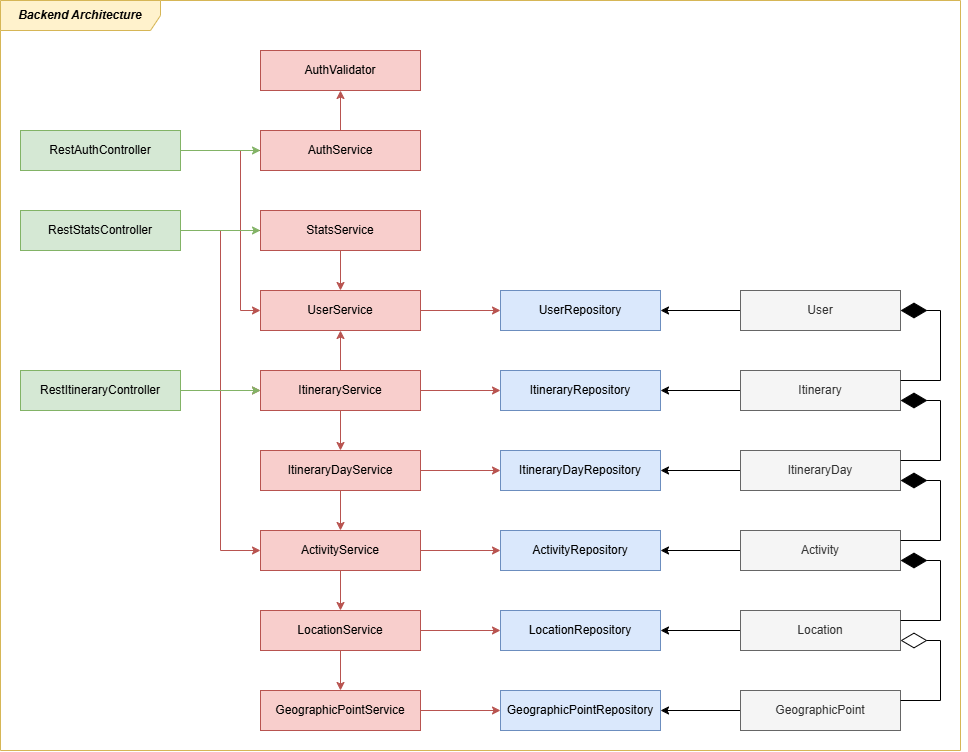
akhil32983/TRIP-FLOW keeps this draw.io diagram as docs/diagrams/png/architecture-backend.png. Above is the earlier version. Source tidied: cells renumbered, new cells last; positions are measured from the earlier drawing's top-left corner, leaving out a move shared by most shapes.
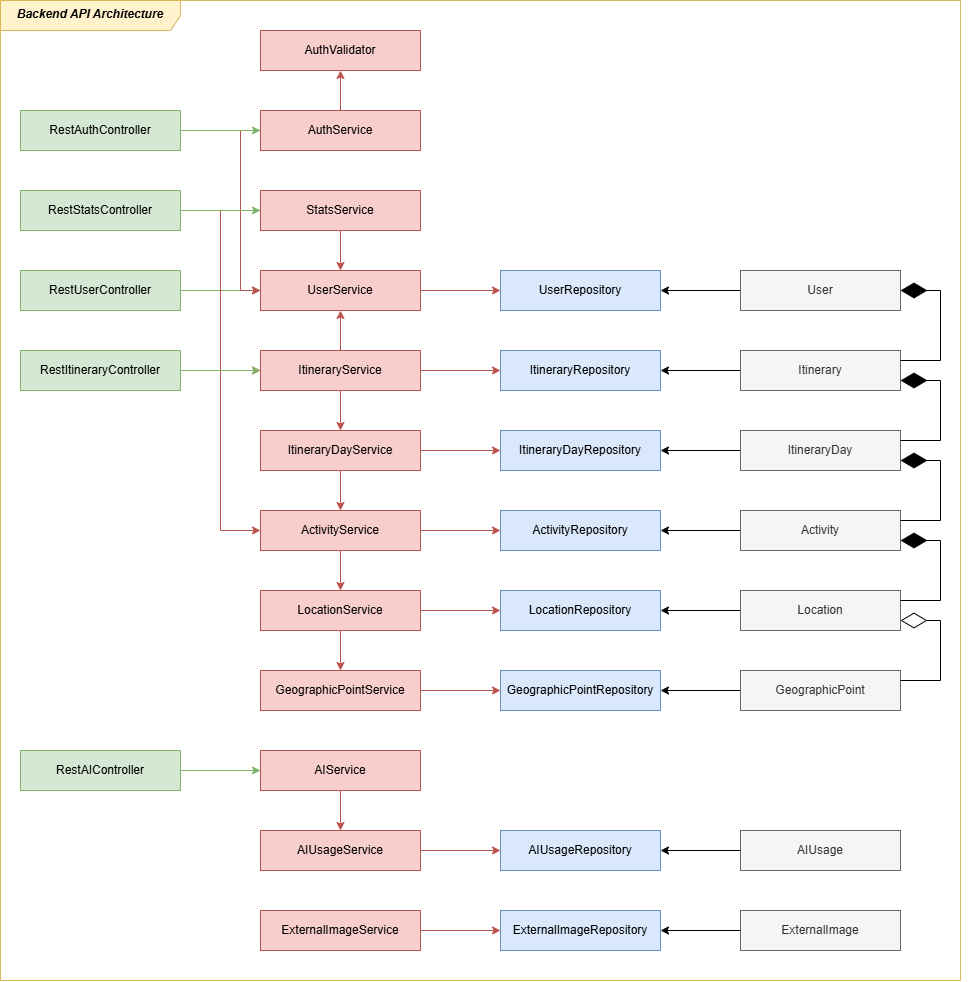
The same file after the commit.

Change to the diagram source:
```diff
@@ -2,9 +2,57 @@
   <root>
     <mxCell id="0" />
     <mxCell id="1" parent="0" />
-    <mxCell id="2" value="&lt;b&gt;&lt;i&gt;Backend Architecture&lt;/i&gt;&lt;/b&gt;" style="shape=umlFrame;whiteSpace=wrap;html=1;width=160;fillColor=#fff2cc;strokeColor=#d6b656;swimlaneFillColor=default;" parent="1" vertex="1">
-      <mxGeometry width="960" height="750" as="geometry" />
+    <mxCell id="2" value="&lt;b&gt;&lt;i&gt;Backend API Architecture&lt;/i&gt;&lt;/b&gt;" style="shape=umlFrame;whiteSpace=wrap;html=1;width=180;fillColor=#fff2cc;strokeColor=#d6b656;swimlaneFillColor=default;height=30;" parent="1" vertex="1">
+      <mxGeometry y="20" width="960" height="980" as="geometry" />
     </mxCell>
+    <mxCell id="57" value="RestUserController" style="rounded=0;whiteSpace=wrap;html=1;fillColor=#d5e8d4;strokeColor=#82b366;" parent="1" vertex="1">
+      <mxGeometry x="20" y="290" width="160" height="40" as="geometry" />
+    </mxCell>
+    <mxCell id="58" style="edgeStyle=none;html=1;fillColor=#d5e8d4;strokeColor=#82b366;" parent="1" edge="1" source="57" target="22">
+      <mxGeometry relative="1" as="geometry" />
+    </mxCell>
+    <mxCell id="59" value="RestAIController" style="rounded=0;whiteSpace=wrap;html=1;fillColor=#d5e8d4;strokeColor=#82b366;" parent="1" vertex="1">
+      <mxGeometry x="20" y="770" width="160" height="40" as="geometry" />
+    </mxCell>
+    <mxCell id="60" value="AIService" style="rounded=0;whiteSpace=wrap;html=1;fillColor=#f8cecc;strokeColor=#b85450;" parent="1" vertex="1">
+      <mxGeometry x="260" y="770" width="160" height="40" as="geometry" />
+    </mxCell>
+    <mxCell id="61" style="edgeStyle=none;html=1;fillColor=#d5e8d4;strokeColor=#82b366;" parent="1" edge="1" source="59" target="60">
+      <mxGeometry relative="1" as="geometry" />
+    </mxCell>
+    <mxCell id="62" value="AIUsageService" style="rounded=0;whiteSpace=wrap;html=1;fillColor=#f8cecc;strokeColor=#b85450;" parent="1" vertex="1">
+      <mxGeometry x="260" y="850" width="160" height="40" as="geometry" />
+    </mxCell>
+    <mxCell id="63" style="edgeStyle=none;html=1;fillColor=#f8cecc;strokeColor=#b85450;" parent="1" edge="1" source="60" target="62">
+      <mxGeometry relative="1" as="geometry" />
+    </mxCell>
+    <mxCell id="64" value="AIUsageRepository" style="rounded=0;whiteSpace=wrap;html=1;fillColor=#dae8fc;strokeColor=#6c8ebf;" parent="1" vertex="1">
+      <mxGeometry x="500" y="850" width="160" height="40" as="geometry" />
+    </mxCell>
+    <mxCell id="65" style="edgeStyle=none;html=1;fillColor=#f8cecc;strokeColor=#b85450;" parent="1" edge="1" source="62" target="64">
+      <mxGeometry relative="1" as="geometry" />
+    </mxCell>
+    <mxCell id="66" value="AIUsage" style="rounded=0;whiteSpace=wrap;html=1;fillColor=#f5f5f5;fontColor=#333333;strokeColor=#666666;" parent="1" vertex="1">
+      <mxGeometry x="740" y="850" width="160" height="40" as="geometry" />
+    </mxCell>
+    <mxCell id="67" style="edgeStyle=none;html=1;" parent="1" edge="1" source="66" target="64">
+      <mxGeometry relative="1" as="geometry" />
+    </mxCell>
+    <mxCell id="68" value="ExternalImageService" style="rounded=0;whiteSpace=wrap;html=1;fillColor=#f8cecc;strokeColor=#b85450;" parent="1" vertex="1">
+      <mxGeometry x="260" y="930" width="160" height="40" as="geometry" />
+    </mxCell>
+    <mxCell id="69" value="ExternalImageRepository" style="rounded=0;whiteSpace=wrap;html=1;fillColor=#dae8fc;strokeColor=#6c8ebf;" parent="1" vertex="1">
+      <mxGeometry x="500" y="930" width="160" height="40" as="geometry" />
+    </mxCell>
+    <mxCell id="70" style="edgeStyle=none;html=1;fillColor=#f8cecc;strokeColor=#b85450;" parent="1" edge="1" source="68" target="69">
+      <mxGeometry relative="1" as="geometry" />
+    </mxCell>
+    <mxCell id="71" value="ExternalImage" style="rounded=0;whiteSpace=wrap;html=1;fillColor=#f5f5f5;fontColor=#333333;strokeColor=#666666;" parent="1" vertex="1">
+      <mxGeometry x="740" y="930" width="160" height="40" as="geometry" />
+    </mxCell>
+    <mxCell id="72" style="edgeStyle=none;html=1;" parent="1" edge="1" source="71" target="69">
+      <mxGeometry relative="1" as="geometry" />
+    </mxCell>
     <mxCell id="3" style="edgeStyle=none;html=1;" parent="1" edge="1" source="4" target="15">
       <mxGeometry relative="1" as="geometry" />
     </mxCell>
```
